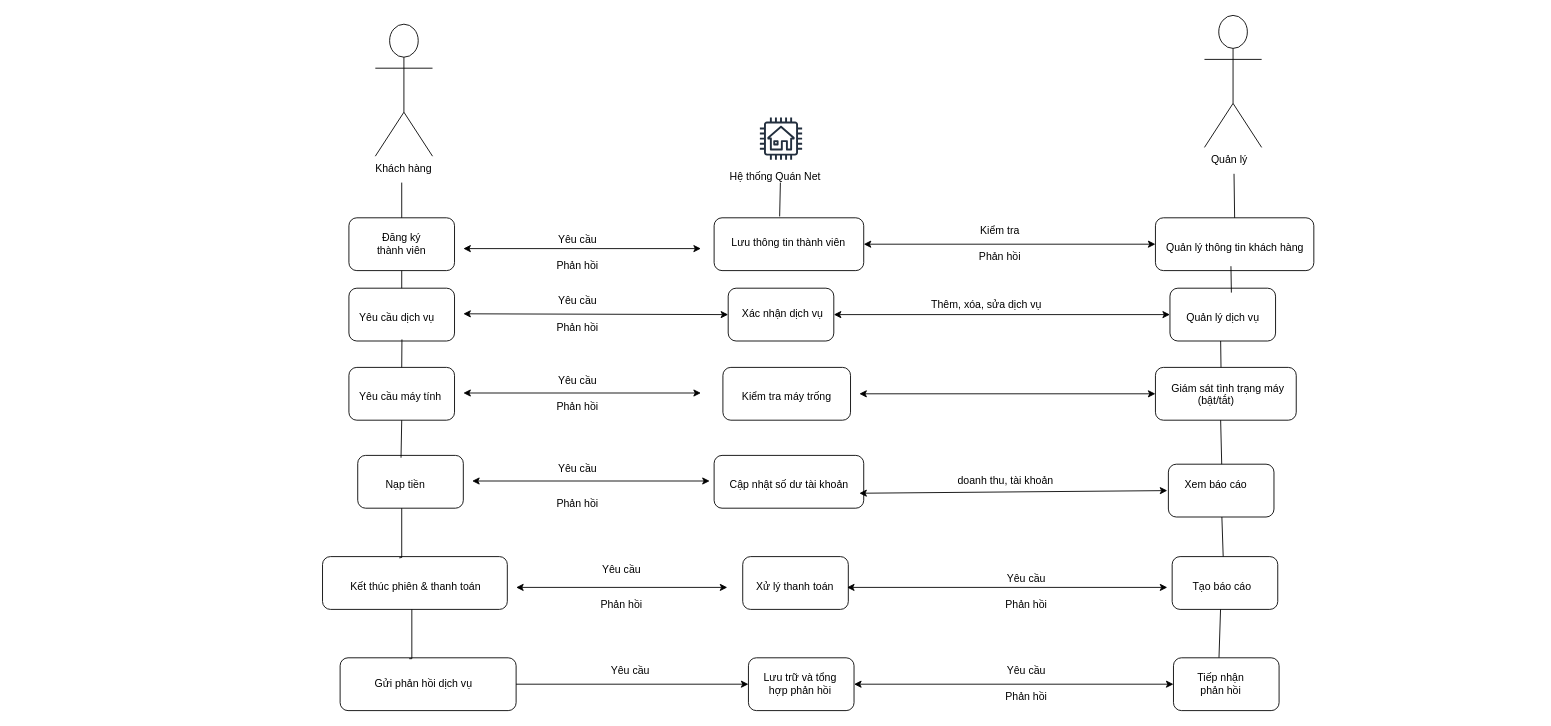
Khoi-DP270505/Draw.io keeps this draw.io diagram as Usecase 2.drawio. Above is the earlier version. Source tidied: cells renumbered, new cells numbered last; positions are measured from the earlier drawing's top-left corner, leaving out a move shared by most shapes. Both pictures are drawn from the tidied source at 88%, with x=0, y=0 at pixel (322, 15).
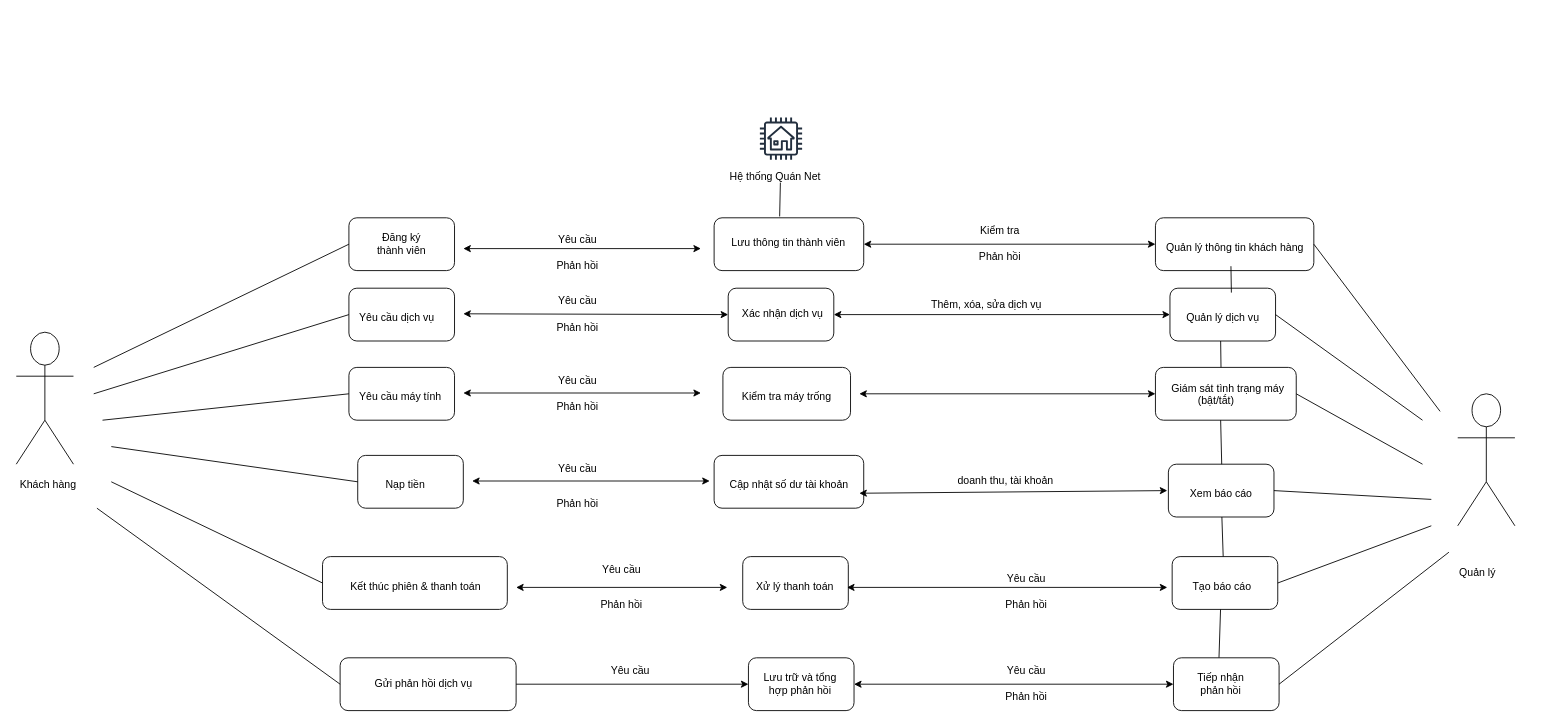
The same diagram, later.

Commit message:
Cập nhật Usecase 2.drawio

Unchanged cells that the change refers to:
```xml
<mxCell id="2" style="rounded=1;whiteSpace=wrap;html=1;" parent="1" vertex="1">
  <mxGeometry x="967" y="730" width="120" height="60" as="geometry" />
</mxCell>
<mxCell id="4" style="rounded=1;whiteSpace=wrap;html=1;" parent="1" vertex="1">
  <mxGeometry x="965.5" y="615" width="120" height="60" as="geometry" />
</mxCell>
<mxCell id="5" style="rounded=1;whiteSpace=wrap;html=1;" parent="1" vertex="1">
  <mxGeometry x="961.2" y="510" width="120" height="60" as="geometry" />
</mxCell>
<mxCell id="10" style="rounded=1;whiteSpace=wrap;html=1;" parent="1" vertex="1">
  <mxGeometry x="963" y="310" width="120" height="60" as="geometry" />
</mxCell>
<mxCell id="12" style="rounded=1;whiteSpace=wrap;html=1;" parent="1" vertex="1">
  <mxGeometry x="946.5" y="230" width="180" height="60" as="geometry" />
</mxCell>
<mxCell id="13" style="rounded=1;whiteSpace=wrap;html=1;" parent="1" vertex="1">
  <mxGeometry y="615" width="210" height="60" as="geometry" />
</mxCell>
<mxCell id="15" style="rounded=1;whiteSpace=wrap;html=1;" parent="1" vertex="1">
  <mxGeometry x="40" y="500" width="120" height="60" as="geometry" />
</mxCell>
<mxCell id="16" style="rounded=1;whiteSpace=wrap;html=1;" parent="1" vertex="1">
  <mxGeometry x="30" y="400" width="120" height="60" as="geometry" />
</mxCell>
<mxCell id="17" style="rounded=1;whiteSpace=wrap;html=1;" parent="1" vertex="1">
  <mxGeometry x="30" y="310" width="120" height="60" as="geometry" />
</mxCell>
<mxCell id="18" style="rounded=1;whiteSpace=wrap;html=1;" parent="1" vertex="1">
  <mxGeometry x="30" y="230" width="120" height="60" as="geometry" />
</mxCell>
<mxCell id="21" value="Yêu cầu dịch vụ" style="text;fontColor=default;labelBackgroundColor=none;labelBorderColor=none;textShadow=0;whiteSpace=wrap;html=1;" parent="1" vertex="1">
  <mxGeometry x="40" y="330" width="150" height="40" as="geometry" />
</mxCell>
<mxCell id="34" value="Giám sát tình trạng máy&lt;br&gt;&amp;nbsp; &amp;nbsp; &amp;nbsp; &amp;nbsp; &amp;nbsp;(bật/tắt)" style="text;fontColor=default;whiteSpace=wrap;html=1;" parent="1" vertex="1">
  <mxGeometry x="963" y="410" width="143.5" height="20" as="geometry" />
</mxCell>
```

The edit, as a diff of the source:
```diff
@@
     <mxCell id="20" value=" Khách hàng  " style="text;fontStyle=0;fontColor=default;labelBackgroundColor=none;labelBorderColor=none;textShadow=0;whiteSpace=wrap;html=1;" parent="1" vertex="1">
-      <mxGeometry x="55" y="160" width="130" height="40" as="geometry" />
+      <mxGeometry x="-349" y="520" width="130" height="40" as="geometry" />
     </mxCell>
@@
     <mxCell id="31" value="Quản lý" style="text;fontColor=default;labelBackgroundColor=none;labelBorderColor=none;textShadow=0;whiteSpace=wrap;html=1;" parent="1" vertex="1">
-      <mxGeometry x="1008" y="150" width="90" height="40" as="geometry" />
+      <mxGeometry x="1290" y="620" width="90" height="40" as="geometry" />
     </mxCell>
@@
     <mxCell id="35" value="Xem báo cáo" style="text;fontColor=default;whiteSpace=wrap;html=1;" parent="1" vertex="1">
-      <mxGeometry x="978" y="520" width="120" height="40" as="geometry" />
+      <mxGeometry x="984" y="530" width="82" height="30" as="geometry" />
     </mxCell>
     <mxCell id="36" value="Tạo báo cáo" style="text;fontColor=default;labelBackgroundColor=none;labelBorderColor=none;textShadow=0;whiteSpace=wrap;html=1;" parent="1" vertex="1">
-      <mxGeometry x="986.5" y="635" width="120" height="40" as="geometry" />
+      <mxGeometry x="986.5" y="635" width="83.5" height="25" as="geometry" />
     </mxCell>
@@
-    <mxCell id="41" style="endArrow=none;html=1;rounded=0;exitX=0.5;exitY=0;exitDx=0;exitDy=0;" parent="1" edge="1" source="18">
-      <mxGeometry relative="1" as="geometry">
-        <mxPoint x="90" y="190" as="targetPoint" />
-      </mxGeometry>
-    </mxCell>
-    <mxCell id="42" style="endArrow=none;html=1;rounded=0;exitX=0.5;exitY=0;exitDx=0;exitDy=0;" parent="1" edge="1" source="17">
-      <mxGeometry relative="1" as="geometry">
-        <mxPoint x="90" y="290" as="targetPoint" />
-      </mxGeometry>
-    </mxCell>
-    <mxCell id="43" style="endArrow=none;html=1;rounded=0;exitX=0.5;exitY=0;exitDx=0;exitDy=0;entryX=0.335;entryY=0.956;entryDx=0;entryDy=0;entryPerimeter=0;" parent="1" edge="1" source="16" target="21">
-      <mxGeometry relative="1" as="geometry" />
-    </mxCell>
-    <mxCell id="44" style="endArrow=none;html=1;rounded=0;exitX=0.41;exitY=0.044;exitDx=0;exitDy=0;exitPerimeter=0;" parent="1" edge="1" source="15">
-      <mxGeometry relative="1" as="geometry">
-        <mxPoint x="90" y="460" as="targetPoint" />
-      </mxGeometry>
-    </mxCell>
-    <mxCell id="45" style="endArrow=none;html=1;rounded=0;exitX=0.415;exitY=0.024;exitDx=0;exitDy=0;exitPerimeter=0;" parent="1" edge="1" source="13">
-      <mxGeometry relative="1" as="geometry">
-        <mxPoint x="90" y="560" as="targetPoint" />
-        <Array as="points">
-          <mxPoint x="90" y="616" />
-        </Array>
-      </mxGeometry>
-    </mxCell>
@@
-    <mxCell id="75" style="endArrow=none;html=1;rounded=0;exitX=0.415;exitY=0.024;exitDx=0;exitDy=0;exitPerimeter=0;" parent="1" edge="1">
-      <mxGeometry relative="1" as="geometry">
-        <mxPoint x="98.5" y="731" as="sourcePoint" />
-        <mxPoint x="101.5" y="675" as="targetPoint" />
-        <Array as="points">
-          <mxPoint x="101.5" y="731" />
-        </Array>
-      </mxGeometry>
-    </mxCell>
@@
-    <mxCell id="78" style="endArrow=none;html=1;rounded=0;exitX=0.5;exitY=0;exitDx=0;exitDy=0;" parent="1" edge="1" source="12">
-      <mxGeometry relative="1" as="geometry">
-        <mxPoint x="1035.8" y="180" as="targetPoint" />
-      </mxGeometry>
-    </mxCell>
@@
     <mxCell id="86" style="shape=umlActor;verticalLabelPosition=bottom;verticalAlign=top;html=1;" parent="1" vertex="1">
-      <mxGeometry x="60" y="10" width="65" height="150" as="geometry" />
+      <mxGeometry x="-348" y="360" width="65" height="150" as="geometry" />
     </mxCell>
     <mxCell id="87" style="shape=umlActor;verticalLabelPosition=bottom;verticalAlign=top;html=1;" parent="1" vertex="1">
-      <mxGeometry x="1002.2" width="65" height="150" as="geometry" />
+      <mxGeometry x="1290" y="430" width="65" height="150" as="geometry" />
     </mxCell>
@@
+    <mxCell id="90" style="endArrow=none;html=1;rounded=0;entryX=0;entryY=0.5;entryDx=0;entryDy=0;" parent="1" edge="1" target="18">
+      <mxGeometry relative="1" as="geometry">
+        <mxPoint x="-260" y="400" as="sourcePoint" />
+      </mxGeometry>
+    </mxCell>
+    <mxCell id="91" style="endArrow=none;html=1;rounded=0;entryX=0;entryY=0.5;entryDx=0;entryDy=0;" parent="1" edge="1" target="17">
+      <mxGeometry relative="1" as="geometry">
+        <mxPoint x="-260" y="430" as="sourcePoint" />
+      </mxGeometry>
+    </mxCell>
+    <mxCell id="92" style="endArrow=none;html=1;rounded=0;" parent="1" edge="1">
+      <mxGeometry relative="1" as="geometry">
+        <mxPoint x="-250" y="460" as="sourcePoint" />
+        <mxPoint x="30" y="430" as="targetPoint" />
+      </mxGeometry>
+    </mxCell>
+    <mxCell id="93" style="endArrow=none;html=1;rounded=0;entryX=0;entryY=0.5;entryDx=0;entryDy=0;" parent="1" edge="1" target="15">
+      <mxGeometry relative="1" as="geometry">
+        <mxPoint x="-240" y="490" as="sourcePoint" />
+      </mxGeometry>
+    </mxCell>
+    <mxCell id="94" style="endArrow=none;html=1;rounded=0;entryX=0;entryY=0.5;entryDx=0;entryDy=0;exitX=0.838;exitY=0.25;exitDx=0;exitDy=0;exitPerimeter=0;" parent="1" edge="1" source="20" target="13">
+      <mxGeometry relative="1" as="geometry" />
+    </mxCell>
+    <mxCell id="95" style="endArrow=none;html=1;rounded=0;" parent="1" edge="1" source="20">
+      <mxGeometry relative="1" as="geometry">
+        <mxPoint x="20" y="760" as="targetPoint" />
+      </mxGeometry>
+    </mxCell>
+    <mxCell id="96" style="endArrow=none;html=1;rounded=0;entryX=1;entryY=0.5;entryDx=0;entryDy=0;" parent="1" edge="1" target="12">
+      <mxGeometry relative="1" as="geometry">
+        <mxPoint x="1270" y="450" as="sourcePoint" />
+      </mxGeometry>
+    </mxCell>
+    <mxCell id="97" style="endArrow=none;html=1;rounded=0;exitX=1;exitY=0.5;exitDx=0;exitDy=0;" parent="1" edge="1" source="10">
+      <mxGeometry relative="1" as="geometry">
+        <mxPoint x="1250" y="460" as="targetPoint" />
+      </mxGeometry>
+    </mxCell>
+    <mxCell id="98" style="endArrow=none;html=1;rounded=0;exitX=1;exitY=1;exitDx=0;exitDy=0;" parent="1" edge="1" source="34">
+      <mxGeometry relative="1" as="geometry">
+        <mxPoint x="1250" y="510" as="targetPoint" />
+      </mxGeometry>
+    </mxCell>
+    <mxCell id="99" style="endArrow=none;html=1;rounded=0;exitX=1;exitY=0.5;exitDx=0;exitDy=0;" parent="1" edge="1" source="5">
+      <mxGeometry relative="1" as="geometry">
+        <mxPoint x="1260" y="550" as="targetPoint" />
+      </mxGeometry>
+    </mxCell>
+    <mxCell id="100" style="endArrow=none;html=1;rounded=0;exitX=1;exitY=0.5;exitDx=0;exitDy=0;" parent="1" edge="1" source="4">
+      <mxGeometry relative="1" as="geometry">
+        <mxPoint x="1260" y="580" as="targetPoint" />
+      </mxGeometry>
+    </mxCell>
+    <mxCell id="101" style="endArrow=none;html=1;rounded=0;exitX=1;exitY=0.5;exitDx=0;exitDy=0;" parent="1" edge="1" source="2">
+      <mxGeometry relative="1" as="geometry">
+        <mxPoint x="1280" y="610" as="targetPoint" />
+      </mxGeometry>
+    </mxCell>
```
